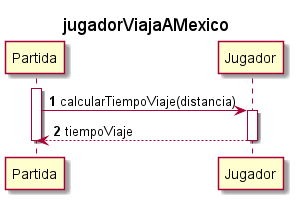
Above: diagrams/sequences/Entrega1/casoUso3.png in alexguttlein/TP2-CarmenSandiego (PlantUML), before the change.
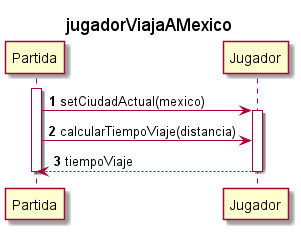
After the change.

Commit message:
Correccion sobre diagrama de secuencia casoUso3

What changed in the source:
```diff
@@ -3,8 +3,9 @@
 autonumber
 title jugadorViajaAMexico
 activate Partida
+Partida -> Jugador: setCiudadActual(mexico)
+activate Jugador
 Partida -> Jugador: calcularTiempoViaje(distancia)
-activate Jugador
 Jugador --> Partida: tiempoViaje
 
 deactivate Jugador
```
